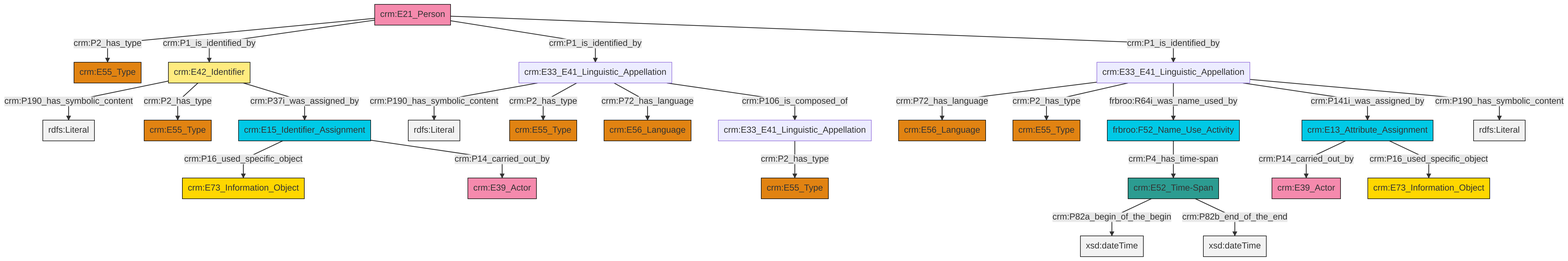
Above: et/personCSV/ttl/mmd/png/Person_Names_and_Classification.png in swiss-art-research-net/docs.swissartresearch (Mermaid), before the change. Its source is kept beside it as et/personCSV/ttl/mmd/Person_Names_and_Classification.ttl.mmd.
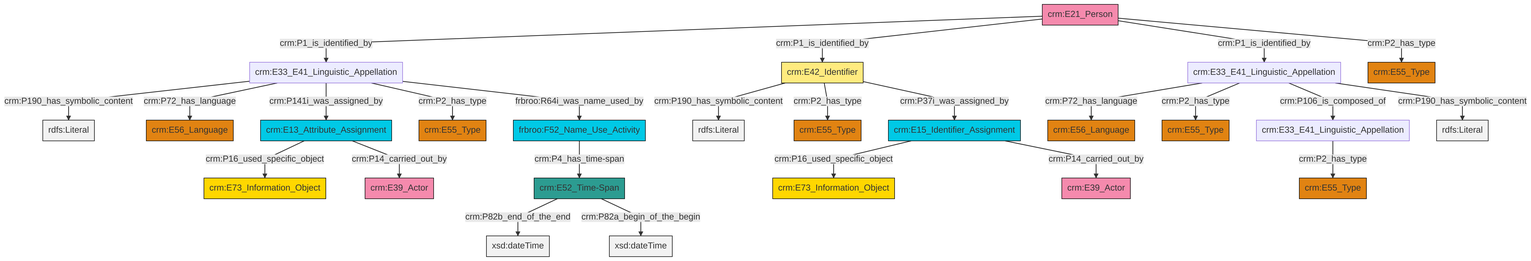
The same diagram one commit later.

What changed in the source:
```diff
@@ -13,27 +13,27 @@
 classDef PC_Classes fill:#4ce600, stroke:#000000;
 classDef Multi fill:#cccccc,stroke:#000000;
 
-2["crm:E52_Time-Span"]:::Time-Span -->|crm:P82a_begin_of_the_begin| 3[xsd:dateTime]:::Literal
-6["crm:E33_E41_Linguistic_Appellation"]:::Default -->|crm:P72_has_language| 0["crm:E56_Language"]:::Type
-6["crm:E33_E41_Linguistic_Appellation"]:::Default -->|crm:P2_has_type| 7["crm:E55_Type"]:::Type
-10["crm:E42_Identifier"]:::Appellation -->|crm:P190_has_symbolic_content| 11[rdfs:Literal]:::Literal
-2["crm:E52_Time-Span"]:::Time-Span -->|crm:P82b_end_of_the_end| 18[xsd:dateTime]:::Literal
-4["crm:E33_E41_Linguistic_Appellation"]:::Default -->|crm:P190_has_symbolic_content| 21[rdfs:Literal]:::Literal
-10["crm:E42_Identifier"]:::Appellation -->|crm:P2_has_type| 26["crm:E55_Type"]:::Type
-12["crm:E13_Attribute_Assignment"]:::Temporal_Entity -->|crm:P14_carried_out_by| 27["crm:E39_Actor"]:::Actor
-12["crm:E13_Attribute_Assignment"]:::Temporal_Entity -->|crm:P16_used_specific_object| 28["crm:E73_Information_Object"]:::Conceptual_Object
-29["crm:E21_Person"]:::Actor -->|crm:P2_has_type| 30["crm:E55_Type"]:::Type
-29["crm:E21_Person"]:::Actor -->|crm:P1_is_identified_by| 10["crm:E42_Identifier"]:::Appellation
-29["crm:E21_Person"]:::Actor -->|crm:P1_is_identified_by| 4["crm:E33_E41_Linguistic_Appellation"]:::Default
-36["crm:E15_Identifier_Assignment"]:::Temporal_Entity -->|crm:P16_used_specific_object| 22["crm:E73_Information_Object"]:::Conceptual_Object
-6["crm:E33_E41_Linguistic_Appellation"]:::Default -->|frbroo:R64i_was_name_used_by| 16["frbroo:F52_Name_Use_Activity"]:::Temporal_Entity
-4["crm:E33_E41_Linguistic_Appellation"]:::Default -->|crm:P2_has_type| 8["crm:E55_Type"]:::Type
-6["crm:E33_E41_Linguistic_Appellation"]:::Default -->|crm:P141i_was_assigned_by| 12["crm:E13_Attribute_Assignment"]:::Temporal_Entity
-4["crm:E33_E41_Linguistic_Appellation"]:::Default -->|crm:P72_has_language| 24["crm:E56_Language"]:::Type
-37["crm:E33_E41_Linguistic_Appellation"]:::Default -->|crm:P2_has_type| 19["crm:E55_Type"]:::Type
-6["crm:E33_E41_Linguistic_Appellation"]:::Default -->|crm:P190_has_symbolic_content| 39[rdfs:Literal]:::Literal
-4["crm:E33_E41_Linguistic_Appellation"]:::Default -->|crm:P106_is_composed_of| 37["crm:E33_E41_Linguistic_Appellation"]:::Default
-10["crm:E42_Identifier"]:::Appellation -->|crm:P37i_was_assigned_by| 36["crm:E15_Identifier_Assignment"]:::Temporal_Entity
-16["frbroo:F52_Name_Use_Activity"]:::Temporal_Entity -->|crm:P4_has_time-span| 2["crm:E52_Time-Span"]:::Time-Span
-29["crm:E21_Person"]:::Actor -->|crm:P1_is_identified_by| 6["crm:E33_E41_Linguistic_Appellation"]:::Default
-36["crm:E15_Identifier_Assignment"]:::Temporal_Entity -->|crm:P14_carried_out_by| 14["crm:E39_Actor"]:::Actor
+2["crm:E33_E41_Linguistic_Appellation"]:::Default -->|crm:P2_has_type| 3["crm:E55_Type"]:::Type
+4["crm:E33_E41_Linguistic_Appellation"]:::Default -->|crm:P72_has_language| 5["crm:E56_Language"]:::Type
+8["crm:E15_Identifier_Assignment"]:::Temporal_Entity -->|crm:P16_used_specific_object| 0["crm:E73_Information_Object"]:::Conceptual_Object
+9["crm:E52_Time-Span"]:::Time-Span -->|crm:P82b_end_of_the_end| 10[xsd:dateTime]:::Literal
+4["crm:E33_E41_Linguistic_Appellation"]:::Default -->|crm:P2_has_type| 13["crm:E55_Type"]:::Type
+9["crm:E52_Time-Span"]:::Time-Span -->|crm:P82a_begin_of_the_begin| 14[xsd:dateTime]:::Literal
+15["crm:E13_Attribute_Assignment"]:::Temporal_Entity -->|crm:P16_used_specific_object| 16["crm:E73_Information_Object"]:::Conceptual_Object
+22["crm:E33_E41_Linguistic_Appellation"]:::Default -->|crm:P190_has_symbolic_content| 23[rdfs:Literal]:::Literal
+11["crm:E42_Identifier"]:::Appellation -->|crm:P190_has_symbolic_content| 24[rdfs:Literal]:::Literal
+22["crm:E33_E41_Linguistic_Appellation"]:::Default -->|crm:P72_has_language| 26["crm:E56_Language"]:::Type
+15["crm:E13_Attribute_Assignment"]:::Temporal_Entity -->|crm:P14_carried_out_by| 28["crm:E39_Actor"]:::Actor
+22["crm:E33_E41_Linguistic_Appellation"]:::Default -->|crm:P141i_was_assigned_by| 15["crm:E13_Attribute_Assignment"]:::Temporal_Entity
+30["crm:E21_Person"]:::Actor -->|crm:P1_is_identified_by| 22["crm:E33_E41_Linguistic_Appellation"]:::Default
+30["crm:E21_Person"]:::Actor -->|crm:P1_is_identified_by| 11["crm:E42_Identifier"]:::Appellation
+22["crm:E33_E41_Linguistic_Appellation"]:::Default -->|crm:P2_has_type| 17["crm:E55_Type"]:::Type
+11["crm:E42_Identifier"]:::Appellation -->|crm:P2_has_type| 6["crm:E55_Type"]:::Type
+30["crm:E21_Person"]:::Actor -->|crm:P1_is_identified_by| 4["crm:E33_E41_Linguistic_Appellation"]:::Default
+22["crm:E33_E41_Linguistic_Appellation"]:::Default -->|frbroo:R64i_was_name_used_by| 31["frbroo:F52_Name_Use_Activity"]:::Temporal_Entity
+11["crm:E42_Identifier"]:::Appellation -->|crm:P37i_was_assigned_by| 8["crm:E15_Identifier_Assignment"]:::Temporal_Entity
+30["crm:E21_Person"]:::Actor -->|crm:P2_has_type| 19["crm:E55_Type"]:::Type
+31["frbroo:F52_Name_Use_Activity"]:::Temporal_Entity -->|crm:P4_has_time-span| 9["crm:E52_Time-Span"]:::Time-Span
+4["crm:E33_E41_Linguistic_Appellation"]:::Default -->|crm:P106_is_composed_of| 2["crm:E33_E41_Linguistic_Appellation"]:::Default
+8["crm:E15_Identifier_Assignment"]:::Temporal_Entity -->|crm:P14_carried_out_by| 42["crm:E39_Actor"]:::Actor
+4["crm:E33_E41_Linguistic_Appellation"]:::Default -->|crm:P190_has_symbolic_content| 46[rdfs:Literal]:::Literal
```
